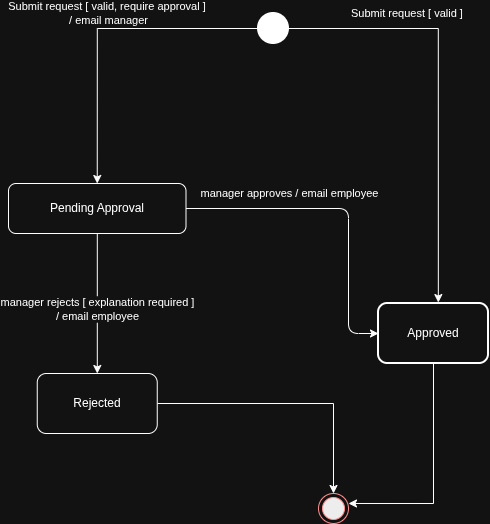
Before: Task2/stateDiagramOfVacationRequest/StateMachine_VacationRequest.drawio.png, a diagram exported from draw.io (Zsayaaad/Node-JS---Mentorship). Source tidied: cells renumbered, new cells last; positions are measured from the earlier drawing's top-left corner, leaving out a move shared by most shapes.
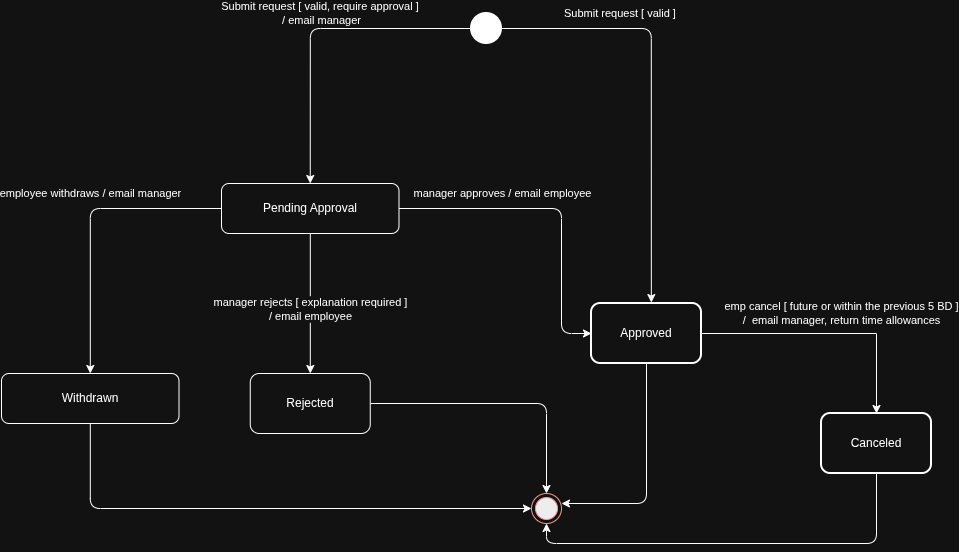
Later version of the same file.

Commit message:
docs: update vacation request state machine diagram image

What changed in the source:
```diff
@@ -15,24 +15,32 @@
         </Array>
       </mxGeometry>
     </mxCell>
+    <mxCell id="13" value="employee withdraws / email manager" style="edgeStyle=orthogonalEdgeStyle;rounded=1;jettySize=auto;html=1;defaultLabelBackgroundColor=page;curved=0;" parent="1" edge="1" source="4" target="16">
+      <mxGeometry x="-0.11" y="-15" relative="1" as="geometry">
+        <mxPoint x="15" y="-15" as="offset" />
+      </mxGeometry>
+    </mxCell>
     <mxCell id="4" value="Pending Approval" style="rounded=1;whiteSpace=wrap;html=1;roundedPerimeter=1;" parent="1" vertex="1">
       <mxGeometry y="170" width="177.5" height="50" as="geometry" />
     </mxCell>
-    <mxCell id="5" value="Submit request [ valid, require approval ]&amp;nbsp;&lt;br&gt;/ email manager" style="edgeStyle=orthogonalEdgeStyle;rounded=0;jettySize=auto;html=1;entryX=0.5;entryY=0;entryDx=0;entryDy=0;defaultLabelBackgroundColor=page;curved=0;" parent="1" edge="1" source="6" target="4">
+    <mxCell id="5" value="Submit request [ valid, require approval ]&amp;nbsp;&lt;br&gt;/ email manager" style="edgeStyle=orthogonalEdgeStyle;rounded=1;jettySize=auto;html=1;entryX=0.5;entryY=0;entryDx=0;entryDy=0;defaultLabelBackgroundColor=page;curved=0;" parent="1" edge="1" source="6" target="4">
       <mxGeometry x="-0.05" y="-15" relative="1" as="geometry" />
     </mxCell>
     <mxCell id="6" style="strokeWidth=2;html=1;shape=mxgraph.flowchart.start_2;whiteSpace=wrap;fillColor=light-dark(#FFFFFF,#FFFFFF);" parent="1" vertex="1">
       <mxGeometry x="250" width="30" height="30" as="geometry" />
     </mxCell>
+    <mxCell id="14" value="emp cancel [&amp;nbsp;future or within the previous 5 BD ] &lt;br&gt;/&amp;nbsp;&amp;nbsp;email manager, return time allowances" style="edgeStyle=orthogonalEdgeStyle;rounded=0;jettySize=auto;html=1;defaultLabelBackgroundColor=page;" parent="1" edge="1" source="7" target="18">
+      <mxGeometry x="0.1" y="20" relative="1" as="geometry" />
+    </mxCell>
     <mxCell id="7" value="Approved" style="rounded=1;whiteSpace=wrap;html=1;strokeWidth=2;" parent="1" vertex="1">
       <mxGeometry x="370" y="290" width="110" height="60" as="geometry" />
     </mxCell>
-    <mxCell id="8" value="Submit request [ valid ]&amp;nbsp;" style="edgeStyle=orthogonalEdgeStyle;rounded=0;jettySize=auto;html=1;entryX=0.544;entryY=-0.016;entryDx=0;entryDy=0;defaultLabelBackgroundColor=page;curved=0;exitX=1;exitY=0.5;exitDx=0;exitDy=0;exitPerimeter=0;entryPerimeter=0;" parent="1" edge="1" target="7">
+    <mxCell id="8" value="Submit request [ valid ]&amp;nbsp;" style="edgeStyle=orthogonalEdgeStyle;rounded=1;jettySize=auto;html=1;entryX=0.544;entryY=-0.016;entryDx=0;entryDy=0;defaultLabelBackgroundColor=page;curved=0;exitX=1;exitY=0.5;exitDx=0;exitDy=0;exitPerimeter=0;entryPerimeter=0;" parent="1" edge="1" target="7">
       <mxGeometry x="-0.43" y="15" relative="1" as="geometry">
         <mxPoint x="280" y="15" as="sourcePoint" />
       </mxGeometry>
     </mxCell>
-    <mxCell id="9" style="edgeStyle=orthogonalEdgeStyle;rounded=0;jettySize=auto;html=1;entryX=0.5;entryY=0;entryDx=0;entryDy=0;defaultLabelBackgroundColor=page;" parent="1" edge="1" source="10" target="11">
+    <mxCell id="9" style="edgeStyle=orthogonalEdgeStyle;rounded=1;jettySize=auto;html=1;entryX=0.5;entryY=0;entryDx=0;entryDy=0;defaultLabelBackgroundColor=page;curved=0;" parent="1" edge="1" source="10" target="11">
       <mxGeometry relative="1" as="geometry" />
     </mxCell>
     <mxCell id="10" value="Rejected" style="whiteSpace=wrap;html=1;rounded=1;roundedPerimeter=1;" parent="1" vertex="1">
@@ -41,7 +49,7 @@
     <mxCell id="11" style="ellipse;html=1;shape=endState;fillColor=#000000;strokeColor=#ff0000;" parent="1" vertex="1">
       <mxGeometry x="310" y="480" width="30" height="30" as="geometry" />
     </mxCell>
-    <mxCell id="12" style="edgeStyle=orthogonalEdgeStyle;rounded=0;orthogonalLoop=1;jettySize=auto;html=1;entryX=1;entryY=0.333;entryDx=0;entryDy=0;entryPerimeter=0;defaultLabelBackgroundColor=page;" parent="1" edge="1">
+    <mxCell id="12" style="edgeStyle=orthogonalEdgeStyle;rounded=1;orthogonalLoop=1;jettySize=auto;html=1;entryX=1;entryY=0.333;entryDx=0;entryDy=0;entryPerimeter=0;defaultLabelBackgroundColor=page;curved=0;" parent="1" edge="1">
       <mxGeometry relative="1" as="geometry">
         <mxPoint x="425" y="350" as="sourcePoint" />
         <mxPoint x="340" y="490" as="targetPoint" />
@@ -50,5 +58,26 @@
         </Array>
       </mxGeometry>
     </mxCell>
+    <mxCell id="15" style="edgeStyle=orthogonalEdgeStyle;rounded=1;jettySize=auto;html=1;entryX=0;entryY=0.5;entryDx=0;entryDy=0;defaultLabelBackgroundColor=page;curved=0;" parent="1" edge="1" source="16" target="11">
+      <mxGeometry relative="1" as="geometry">
+        <Array as="points">
+          <mxPoint x="-131.2" y="495" />
+        </Array>
+      </mxGeometry>
+    </mxCell>
+    <mxCell id="16" value="Withdrawn" style="rounded=1;whiteSpace=wrap;html=1;roundedPerimeter=1;" parent="1" vertex="1">
+      <mxGeometry x="-220" y="360" width="177.5" height="50" as="geometry" />
+    </mxCell>
+    <mxCell id="17" style="edgeStyle=orthogonalEdgeStyle;rounded=1;jettySize=auto;html=1;entryX=0.5;entryY=1;entryDx=0;entryDy=0;defaultLabelBackgroundColor=page;curved=0;" parent="1" edge="1" source="18" target="11">
+      <mxGeometry relative="1" as="geometry">
+        <Array as="points">
+          <mxPoint x="655" y="530" />
+          <mxPoint x="325" y="530" />
+        </Array>
+      </mxGeometry>
+    </mxCell>
+    <mxCell id="18" value="Canceled" style="rounded=1;whiteSpace=wrap;html=1;strokeWidth=2;" parent="1" vertex="1">
+      <mxGeometry x="600" y="400" width="110" height="60" as="geometry" />
+    </mxCell>
   </root>
 </mxGraphModel>
```
